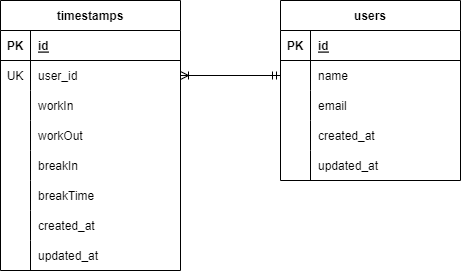
Before: src/.drawio.png, a diagram exported from draw.io (yoshikiakazawa/atte_practice). Source tidied: cells renumbered, new cells last; positions are measured from the earlier drawing's top-left corner, leaving out a move shared by most shapes.
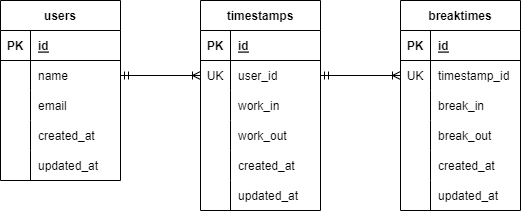
The same diagram one commit later.

The edit, as a diff of the source:
```diff
@@ -3,130 +3,172 @@
     <mxCell id="0" />
     <mxCell id="1" parent="0" />
     <mxCell id="2" value="timestamps" style="shape=table;startSize=30;rowLines=0;fontStyle=1;align=center;" parent="1" vertex="1">
-      <mxGeometry width="180" height="270" as="geometry" />
+      <mxGeometry x="240" y="-120" width="120" height="210" as="geometry" />
     </mxCell>
     <mxCell id="3" style="shape=tableRow;horizontal=0;startSize=0;swimlaneHead=0;swimlaneBody=0;fillColor=none;top=0;left=0;right=0;bottom=1;" parent="2" vertex="1">
-      <mxGeometry y="30" width="180" height="30" as="geometry" />
+      <mxGeometry y="30" width="120" height="30" as="geometry" />
     </mxCell>
     <mxCell id="4" value="PK" style="shape=partialRectangle;fillColor=none;top=0;left=0;bottom=0;right=0;fontStyle=1;overflow=hidden;" parent="3" vertex="1">
       <mxGeometry width="30" height="30" as="geometry" />
     </mxCell>
     <mxCell id="5" value="id" style="shape=partialRectangle;fillColor=none;top=0;left=0;bottom=0;right=0;align=left;spacingLeft=6;fontStyle=5;overflow=hidden;" parent="3" vertex="1">
-      <mxGeometry x="30" width="150" height="30" as="geometry" />
+      <mxGeometry x="30" width="90" height="30" as="geometry" />
     </mxCell>
     <mxCell id="6" style="shape=tableRow;horizontal=0;startSize=0;swimlaneHead=0;swimlaneBody=0;fillColor=none;points=[[0,0.5],[1,0.5]];portConstraint=eastwest;top=0;left=0;right=0;bottom=0;" parent="2" vertex="1">
-      <mxGeometry y="60" width="180" height="30" as="geometry" />
+      <mxGeometry y="60" width="120" height="30" as="geometry" />
     </mxCell>
     <mxCell id="7" value="UK" style="shape=partialRectangle;fillColor=none;top=0;left=0;bottom=0;right=0;overflow=hidden;" parent="6" vertex="1">
       <mxGeometry width="30" height="30" as="geometry" />
     </mxCell>
     <mxCell id="8" value="user_id" style="shape=partialRectangle;fillColor=none;top=0;left=0;bottom=0;right=0;align=left;spacingLeft=6;overflow=hidden;" parent="6" vertex="1">
-      <mxGeometry x="30" width="150" height="30" as="geometry" />
+      <mxGeometry x="30" width="90" height="30" as="geometry" />
     </mxCell>
     <mxCell id="9" style="shape=tableRow;horizontal=0;startSize=0;swimlaneHead=0;swimlaneBody=0;fillColor=none;top=0;left=0;right=0;bottom=0;" parent="2" vertex="1">
-      <mxGeometry y="90" width="180" height="30" as="geometry" />
+      <mxGeometry y="90" width="120" height="30" as="geometry" />
     </mxCell>
     <mxCell id="10" style="shape=partialRectangle;fillColor=none;top=0;left=0;bottom=0;right=0;overflow=hidden;" parent="9" vertex="1">
       <mxGeometry width="30" height="30" as="geometry" />
     </mxCell>
-    <mxCell id="11" value="workIn" style="shape=partialRectangle;fillColor=none;top=0;left=0;bottom=0;right=0;align=left;spacingLeft=6;overflow=hidden;" parent="9" vertex="1">
-      <mxGeometry x="30" width="150" height="30" as="geometry" />
+    <mxCell id="11" value="work_in" style="shape=partialRectangle;fillColor=none;top=0;left=0;bottom=0;right=0;align=left;spacingLeft=6;overflow=hidden;" parent="9" vertex="1">
+      <mxGeometry x="30" width="90" height="30" as="geometry" />
     </mxCell>
     <mxCell id="12" style="shape=tableRow;horizontal=0;startSize=0;swimlaneHead=0;swimlaneBody=0;fillColor=none;top=0;left=0;right=0;bottom=0;" parent="2" vertex="1">
-      <mxGeometry y="120" width="180" height="30" as="geometry" />
+      <mxGeometry y="120" width="120" height="30" as="geometry" />
     </mxCell>
     <mxCell id="13" style="shape=partialRectangle;fillColor=none;top=0;left=0;bottom=0;right=0;overflow=hidden;" parent="12" vertex="1">
       <mxGeometry width="30" height="30" as="geometry" />
     </mxCell>
-    <mxCell id="14" value="workOut" style="shape=partialRectangle;fillColor=none;top=0;left=0;bottom=0;right=0;align=left;spacingLeft=6;overflow=hidden;" parent="12" vertex="1">
-      <mxGeometry x="30" width="150" height="30" as="geometry" />
+    <mxCell id="14" value="work_out" style="shape=partialRectangle;fillColor=none;top=0;left=0;bottom=0;right=0;align=left;spacingLeft=6;overflow=hidden;" parent="12" vertex="1">
+      <mxGeometry x="30" width="90" height="30" as="geometry" />
     </mxCell>
-    <mxCell id="15" style="shape=tableRow;horizontal=0;startSize=0;swimlaneHead=0;swimlaneBody=0;fillColor=none;top=0;left=0;right=0;bottom=0;" parent="2" vertex="1">
-      <mxGeometry y="150" width="180" height="30" as="geometry" />
-    </mxCell>
-    <mxCell id="16" style="shape=partialRectangle;fillColor=none;top=0;left=0;bottom=0;right=0;overflow=hidden;" parent="15" vertex="1">
-      <mxGeometry width="30" height="30" as="geometry" />
-    </mxCell>
-    <mxCell id="17" value="breakIn" style="shape=partialRectangle;fillColor=none;top=0;left=0;bottom=0;right=0;align=left;spacingLeft=6;overflow=hidden;" parent="15" vertex="1">
-      <mxGeometry x="30" width="150" height="30" as="geometry" />
-    </mxCell>
-    <mxCell id="18" style="shape=tableRow;horizontal=0;startSize=0;swimlaneHead=0;swimlaneBody=0;fillColor=none;top=0;left=0;right=0;bottom=0;" parent="2" vertex="1">
-      <mxGeometry y="180" width="180" height="30" as="geometry" />
-    </mxCell>
-    <mxCell id="19" style="shape=partialRectangle;fillColor=none;top=0;left=0;bottom=0;right=0;overflow=hidden;" parent="18" vertex="1">
-      <mxGeometry width="30" height="30" as="geometry" />
-    </mxCell>
-    <mxCell id="20" value="breakTime" style="shape=partialRectangle;fillColor=none;top=0;left=0;bottom=0;right=0;align=left;spacingLeft=6;overflow=hidden;" parent="18" vertex="1">
-      <mxGeometry x="30" width="150" height="30" as="geometry" />
-    </mxCell>
     <mxCell id="21" style="shape=tableRow;horizontal=0;startSize=0;swimlaneHead=0;swimlaneBody=0;fillColor=none;top=0;left=0;right=0;bottom=0;" parent="2" vertex="1">
-      <mxGeometry y="210" width="180" height="30" as="geometry" />
+      <mxGeometry y="150" width="120" height="30" as="geometry" />
     </mxCell>
     <mxCell id="22" style="shape=partialRectangle;fillColor=none;top=0;left=0;bottom=0;right=0;overflow=hidden;" parent="21" vertex="1">
       <mxGeometry width="30" height="30" as="geometry" />
     </mxCell>
     <mxCell id="23" value="created_at" style="shape=partialRectangle;fillColor=none;top=0;left=0;bottom=0;right=0;align=left;spacingLeft=6;overflow=hidden;" parent="21" vertex="1">
-      <mxGeometry x="30" width="150" height="30" as="geometry" />
+      <mxGeometry x="30" width="90" height="30" as="geometry" />
     </mxCell>
     <mxCell id="24" style="shape=tableRow;horizontal=0;startSize=0;swimlaneHead=0;swimlaneBody=0;fillColor=none;top=0;left=0;right=0;bottom=0;" parent="2" vertex="1">
-      <mxGeometry y="240" width="180" height="30" as="geometry" />
+      <mxGeometry y="180" width="120" height="30" as="geometry" />
     </mxCell>
     <mxCell id="25" style="shape=partialRectangle;fillColor=none;top=0;left=0;bottom=0;right=0;overflow=hidden;" parent="24" vertex="1">
       <mxGeometry width="30" height="30" as="geometry" />
     </mxCell>
     <mxCell id="26" value="updated_at" style="shape=partialRectangle;fillColor=none;top=0;left=0;bottom=0;right=0;align=left;spacingLeft=6;overflow=hidden;" parent="24" vertex="1">
-      <mxGeometry x="30" width="150" height="30" as="geometry" />
+      <mxGeometry x="30" width="90" height="30" as="geometry" />
     </mxCell>
     <mxCell id="27" value="users" style="shape=table;startSize=30;rowLines=0;fontStyle=1;align=center;" parent="1" vertex="1">
-      <mxGeometry x="280" width="180" height="180" as="geometry" />
+      <mxGeometry x="40" y="-120" width="120" height="180" as="geometry" />
     </mxCell>
     <mxCell id="28" style="shape=tableRow;horizontal=0;startSize=0;swimlaneHead=0;swimlaneBody=0;fillColor=none;top=0;left=0;right=0;bottom=1;" parent="27" vertex="1">
-      <mxGeometry y="30" width="180" height="30" as="geometry" />
+      <mxGeometry y="30" width="120" height="30" as="geometry" />
     </mxCell>
     <mxCell id="29" value="PK" style="shape=partialRectangle;fillColor=none;top=0;left=0;bottom=0;right=0;fontStyle=1;overflow=hidden;" parent="28" vertex="1">
       <mxGeometry width="30" height="30" as="geometry" />
     </mxCell>
     <mxCell id="30" value="id" style="shape=partialRectangle;fillColor=none;top=0;left=0;bottom=0;right=0;align=left;spacingLeft=6;fontStyle=5;overflow=hidden;" parent="28" vertex="1">
-      <mxGeometry x="30" width="150" height="30" as="geometry" />
+      <mxGeometry x="30" width="90" height="30" as="geometry" />
     </mxCell>
     <mxCell id="31" style="shape=tableRow;horizontal=0;startSize=0;swimlaneHead=0;swimlaneBody=0;fillColor=none;points=[[0,0.5],[1,0.5]];portConstraint=eastwest;top=0;left=0;right=0;bottom=0;" parent="27" vertex="1">
-      <mxGeometry y="60" width="180" height="30" as="geometry" />
+      <mxGeometry y="60" width="120" height="30" as="geometry" />
     </mxCell>
     <mxCell id="32" style="shape=partialRectangle;fillColor=none;top=0;left=0;bottom=0;right=0;overflow=hidden;" parent="31" vertex="1">
       <mxGeometry width="30" height="30" as="geometry" />
     </mxCell>
     <mxCell id="33" value="name" style="shape=partialRectangle;fillColor=none;top=0;left=0;bottom=0;right=0;align=left;spacingLeft=6;overflow=hidden;" parent="31" vertex="1">
-      <mxGeometry x="30" width="150" height="30" as="geometry" />
+      <mxGeometry x="30" width="90" height="30" as="geometry" />
     </mxCell>
     <mxCell id="34" style="shape=tableRow;horizontal=0;startSize=0;swimlaneHead=0;swimlaneBody=0;fillColor=none;top=0;left=0;right=0;bottom=0;" parent="27" vertex="1">
-      <mxGeometry y="90" width="180" height="30" as="geometry" />
+      <mxGeometry y="90" width="120" height="30" as="geometry" />
     </mxCell>
     <mxCell id="35" style="shape=partialRectangle;fillColor=none;top=0;left=0;bottom=0;right=0;overflow=hidden;" parent="34" vertex="1">
       <mxGeometry width="30" height="30" as="geometry" />
     </mxCell>
     <mxCell id="36" value="email" style="shape=partialRectangle;fillColor=none;top=0;left=0;bottom=0;right=0;align=left;spacingLeft=6;overflow=hidden;" parent="34" vertex="1">
-      <mxGeometry x="30" width="150" height="30" as="geometry" />
+      <mxGeometry x="30" width="90" height="30" as="geometry" />
     </mxCell>
     <mxCell id="37" style="shape=tableRow;horizontal=0;startSize=0;swimlaneHead=0;swimlaneBody=0;fillColor=none;top=0;left=0;right=0;bottom=0;" parent="27" vertex="1">
-      <mxGeometry y="120" width="180" height="30" as="geometry" />
+      <mxGeometry y="120" width="120" height="30" as="geometry" />
     </mxCell>
     <mxCell id="38" style="shape=partialRectangle;fillColor=none;top=0;left=0;bottom=0;right=0;overflow=hidden;" parent="37" vertex="1">
       <mxGeometry width="30" height="30" as="geometry" />
     </mxCell>
     <mxCell id="39" value="created_at" style="shape=partialRectangle;fillColor=none;top=0;left=0;bottom=0;right=0;align=left;spacingLeft=6;overflow=hidden;" parent="37" vertex="1">
-      <mxGeometry x="30" width="150" height="30" as="geometry" />
+      <mxGeometry x="30" width="90" height="30" as="geometry" />
     </mxCell>
     <mxCell id="40" style="shape=tableRow;horizontal=0;startSize=0;swimlaneHead=0;swimlaneBody=0;fillColor=none;top=0;left=0;right=0;bottom=0;" parent="27" vertex="1">
-      <mxGeometry y="150" width="180" height="30" as="geometry" />
+      <mxGeometry y="150" width="120" height="30" as="geometry" />
     </mxCell>
     <mxCell id="41" style="shape=partialRectangle;fillColor=none;top=0;left=0;bottom=0;right=0;overflow=hidden;" parent="40" vertex="1">
       <mxGeometry width="30" height="30" as="geometry" />
     </mxCell>
     <mxCell id="42" value="updated_at" style="shape=partialRectangle;fillColor=none;top=0;left=0;bottom=0;right=0;align=left;spacingLeft=6;overflow=hidden;" parent="40" vertex="1">
-      <mxGeometry x="30" width="150" height="30" as="geometry" />
+      <mxGeometry x="30" width="90" height="30" as="geometry" />
     </mxCell>
-    <mxCell id="43" style="edgeStyle=none;html=1;exitX=1;exitY=0.5;exitDx=0;exitDy=0;entryX=0;entryY=0.5;entryDx=0;entryDy=0;startArrow=ERoneToMany;startFill=0;endArrow=ERmandOne;endFill=0;" parent="1" edge="1" source="6" target="31">
+    <mxCell id="43" style="edgeStyle=none;html=1;entryX=1;entryY=0.5;entryDx=0;entryDy=0;startArrow=ERoneToMany;startFill=0;endArrow=ERmandOne;endFill=0;exitX=0;exitY=0.5;exitDx=0;exitDy=0;" parent="1" edge="1" source="6" target="31">
       <mxGeometry relative="1" as="geometry" />
     </mxCell>
+    <mxCell id="20" value="breaktimes" style="shape=table;startSize=30;rowLines=0;fontStyle=1;align=center;" parent="1" vertex="1">
+      <mxGeometry x="440" y="-120" width="120" height="210" as="geometry" />
+    </mxCell>
+    <mxCell id="44" style="shape=tableRow;horizontal=0;startSize=0;swimlaneHead=0;swimlaneBody=0;fillColor=none;top=0;left=0;right=0;bottom=1;" parent="20" vertex="1">
+      <mxGeometry y="30" width="120" height="30" as="geometry" />
+    </mxCell>
+    <mxCell id="45" value="PK" style="shape=partialRectangle;fillColor=none;top=0;left=0;bottom=0;right=0;fontStyle=1;overflow=hidden;" parent="44" vertex="1">
+      <mxGeometry width="30" height="30" as="geometry" />
+    </mxCell>
+    <mxCell id="46" value="id" style="shape=partialRectangle;fillColor=none;top=0;left=0;bottom=0;right=0;align=left;spacingLeft=6;fontStyle=5;overflow=hidden;" parent="44" vertex="1">
+      <mxGeometry x="30" width="90" height="30" as="geometry" />
+    </mxCell>
+    <mxCell id="47" style="shape=tableRow;horizontal=0;startSize=0;swimlaneHead=0;swimlaneBody=0;fillColor=none;points=[[0,0.5],[1,0.5]];portConstraint=eastwest;top=0;left=0;right=0;bottom=0;" parent="20" vertex="1">
+      <mxGeometry y="60" width="120" height="30" as="geometry" />
+    </mxCell>
+    <mxCell id="48" value="UK" style="shape=partialRectangle;fillColor=none;top=0;left=0;bottom=0;right=0;overflow=hidden;" parent="47" vertex="1">
+      <mxGeometry width="30" height="30" as="geometry" />
+    </mxCell>
+    <mxCell id="49" value="timestamp_id" style="shape=partialRectangle;fillColor=none;top=0;left=0;bottom=0;right=0;align=left;spacingLeft=6;overflow=hidden;" parent="47" vertex="1">
+      <mxGeometry x="30" width="90" height="30" as="geometry" />
+    </mxCell>
+    <mxCell id="50" style="shape=tableRow;horizontal=0;startSize=0;swimlaneHead=0;swimlaneBody=0;fillColor=none;top=0;left=0;right=0;bottom=0;" parent="20" vertex="1">
+      <mxGeometry y="90" width="120" height="30" as="geometry" />
+    </mxCell>
+    <mxCell id="51" style="shape=partialRectangle;fillColor=none;top=0;left=0;bottom=0;right=0;overflow=hidden;" parent="50" vertex="1">
+      <mxGeometry width="30" height="30" as="geometry" />
+    </mxCell>
+    <mxCell id="52" value="break_in" style="shape=partialRectangle;fillColor=none;top=0;left=0;bottom=0;right=0;align=left;spacingLeft=6;overflow=hidden;" parent="50" vertex="1">
+      <mxGeometry x="30" width="90" height="30" as="geometry" />
+    </mxCell>
+    <mxCell id="53" style="shape=tableRow;horizontal=0;startSize=0;swimlaneHead=0;swimlaneBody=0;fillColor=none;top=0;left=0;right=0;bottom=0;" parent="20" vertex="1">
+      <mxGeometry y="120" width="120" height="30" as="geometry" />
+    </mxCell>
+    <mxCell id="54" style="shape=partialRectangle;fillColor=none;top=0;left=0;bottom=0;right=0;overflow=hidden;" parent="53" vertex="1">
+      <mxGeometry width="30" height="30" as="geometry" />
+    </mxCell>
+    <mxCell id="55" value="break_out" style="shape=partialRectangle;fillColor=none;top=0;left=0;bottom=0;right=0;align=left;spacingLeft=6;overflow=hidden;" parent="53" vertex="1">
+      <mxGeometry x="30" width="90" height="30" as="geometry" />
+    </mxCell>
+    <mxCell id="56" style="shape=tableRow;horizontal=0;startSize=0;swimlaneHead=0;swimlaneBody=0;fillColor=none;top=0;left=0;right=0;bottom=0;" parent="20" vertex="1">
+      <mxGeometry y="150" width="120" height="30" as="geometry" />
+    </mxCell>
+    <mxCell id="57" style="shape=partialRectangle;fillColor=none;top=0;left=0;bottom=0;right=0;overflow=hidden;" parent="56" vertex="1">
+      <mxGeometry width="30" height="30" as="geometry" />
+    </mxCell>
+    <mxCell id="58" value="created_at" style="shape=partialRectangle;fillColor=none;top=0;left=0;bottom=0;right=0;align=left;spacingLeft=6;overflow=hidden;" parent="56" vertex="1">
+      <mxGeometry x="30" width="90" height="30" as="geometry" />
+    </mxCell>
+    <mxCell id="59" style="shape=tableRow;horizontal=0;startSize=0;swimlaneHead=0;swimlaneBody=0;fillColor=none;top=0;left=0;right=0;bottom=0;" parent="20" vertex="1">
+      <mxGeometry y="180" width="120" height="30" as="geometry" />
+    </mxCell>
+    <mxCell id="60" style="shape=partialRectangle;fillColor=none;top=0;left=0;bottom=0;right=0;overflow=hidden;" parent="59" vertex="1">
+      <mxGeometry width="30" height="30" as="geometry" />
+    </mxCell>
+    <mxCell id="61" value="updated_at" style="shape=partialRectangle;fillColor=none;top=0;left=0;bottom=0;right=0;align=left;spacingLeft=6;overflow=hidden;" parent="59" vertex="1">
+      <mxGeometry x="30" width="90" height="30" as="geometry" />
+    </mxCell>
+    <mxCell id="62" style="edgeStyle=none;html=1;exitX=0;exitY=0.5;exitDx=0;exitDy=0;entryX=1;entryY=0.5;entryDx=0;entryDy=0;endArrow=ERmandOne;endFill=0;startArrow=ERoneToMany;startFill=0;" parent="1" edge="1" source="47" target="6">
+      <mxGeometry relative="1" as="geometry" />
+    </mxCell>
   </root>
 </mxGraphModel>
```
